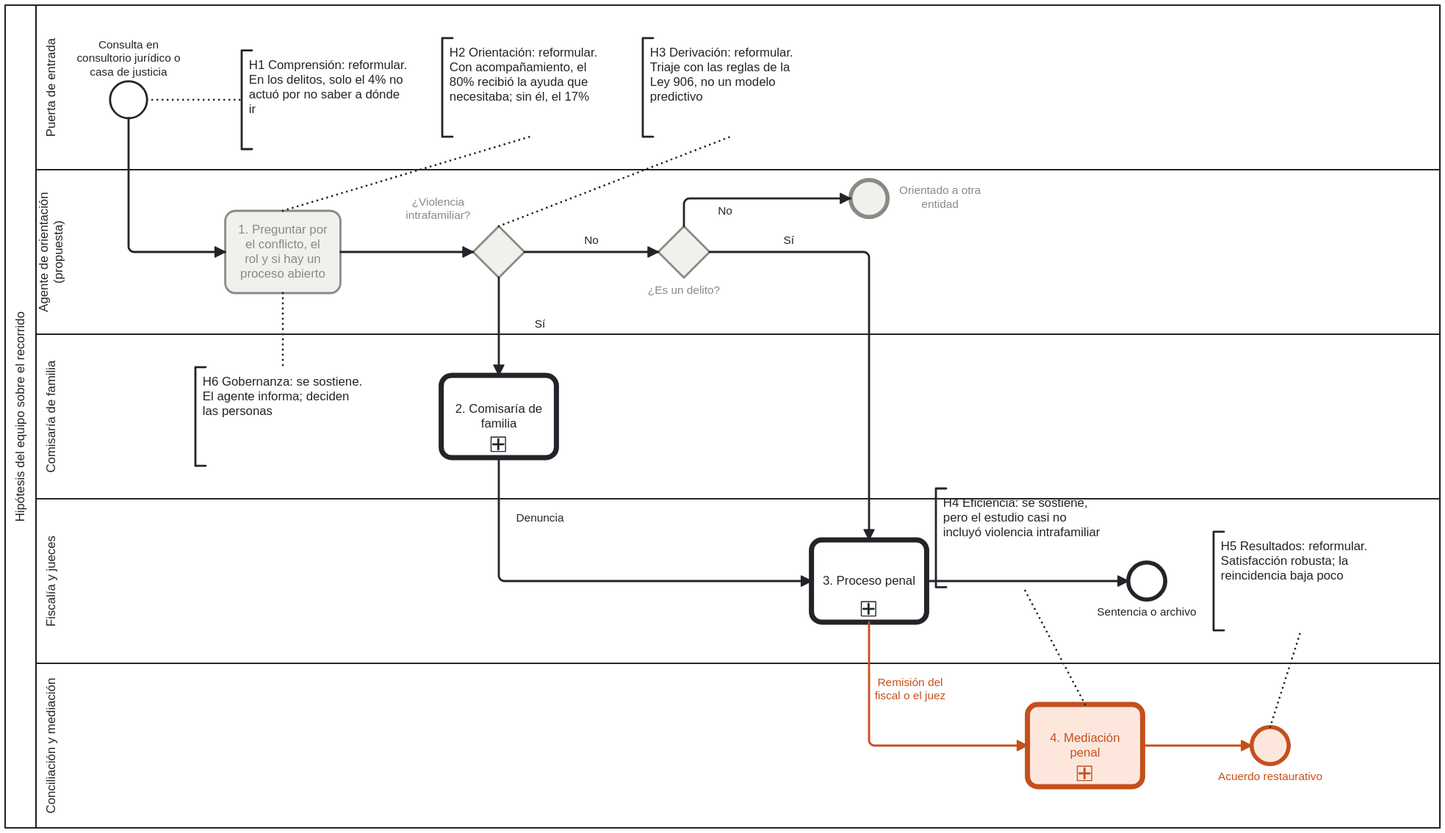
This is figuras/hipotesis.svg from fsotosa-ops/justicia-restaurativa, a BPMN export, as it was before one commit. Its source is kept beside it as procesos/hipotesis.bpmn. Ids are renumbered.
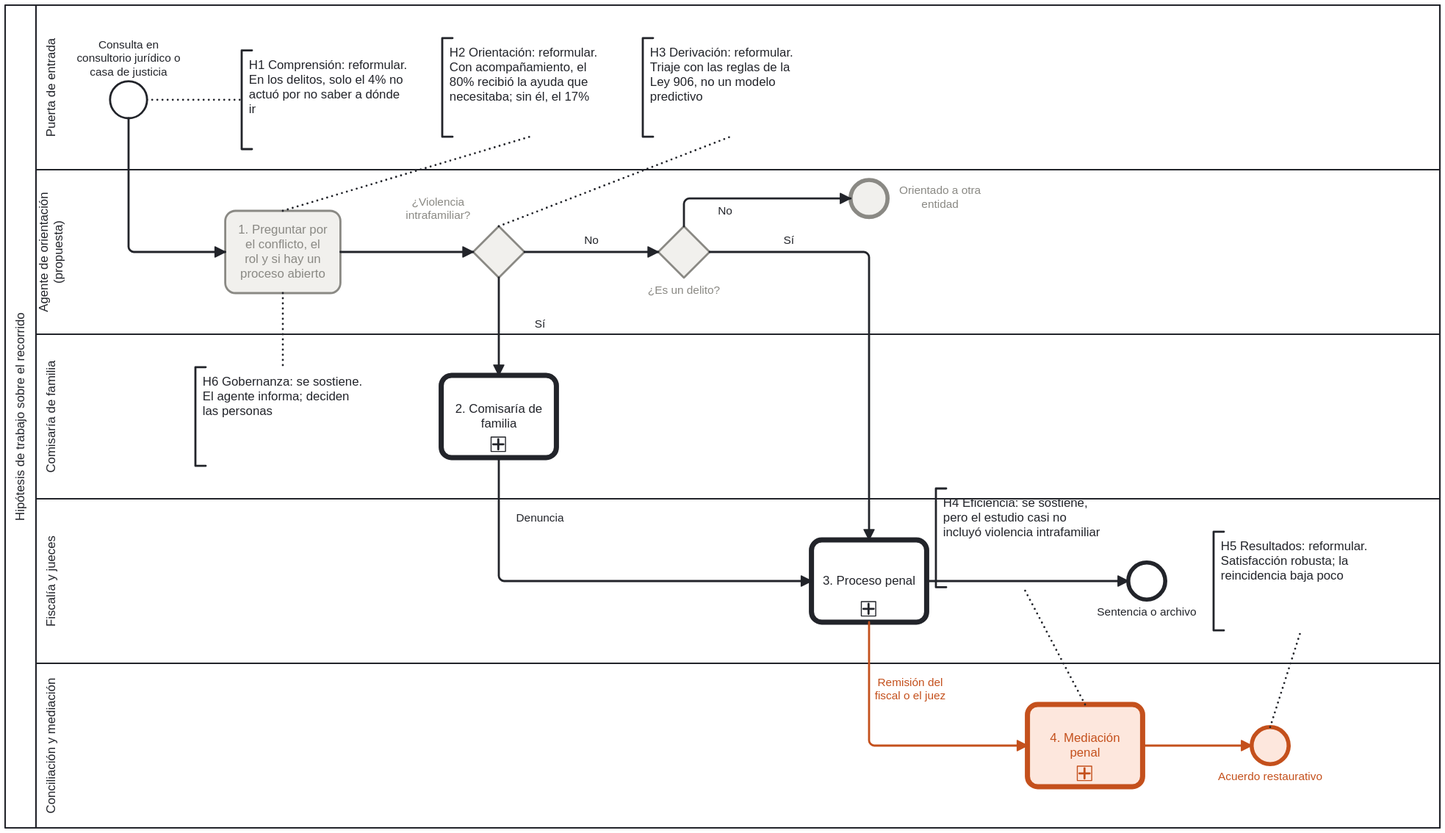
After the change.

What changed in the source:
```diff
@@ -1,8 +1,8 @@
 <bpmn:definitions xmlns:bpmn="http://www.omg.org/spec/BPMN/20100524/MODEL" xmlns:bpmndi="http://www.omg.org/spec/BPMN/20100524/DI" xmlns:dc="http://www.omg.org/spec/DD/20100524/DC" xmlns:di="http://www.omg.org/spec/DD/20100524/DI" xmlns:bioc="http://bpmn.io/schema/bpmn/biocolor/1.0" xmlns:color="http://www.omg.org/spec/BPMN/non-normative/color/1.0" id="def_p_hipotesis" targetNamespace="https://github.com/fsotosa-ops/justicia-restaurativa" exporter="justicia-restaurativa/mapa/procesos/bpmn.py" exporterVersion="1">
   <bpmn:collaboration id="col_p_hipotesis">
-    <bpmn:participant id="pool_p_hipotesis" name="Hipótesis del equipo sobre el recorrido" processRef="p_hipotesis"/>
+    <bpmn:participant id="pool_p_hipotesis" name="Hipótesis de trabajo sobre el recorrido" processRef="p_hipotesis"/>
   </bpmn:collaboration>
-  <bpmn:process id="p_hipotesis" name="Hipótesis del equipo sobre el recorrido" isExecutable="false">
+  <bpmn:process id="p_hipotesis" name="Hipótesis de trabajo sobre el recorrido" isExecutable="false">
     <bpmn:laneSet id="ls_p_hipotesis">
       <bpmn:lane id="lane_pue" name="Puerta de entrada">
         <bpmn:flowNodeRef>inicio</bpmn:flowNodeRef>
```
